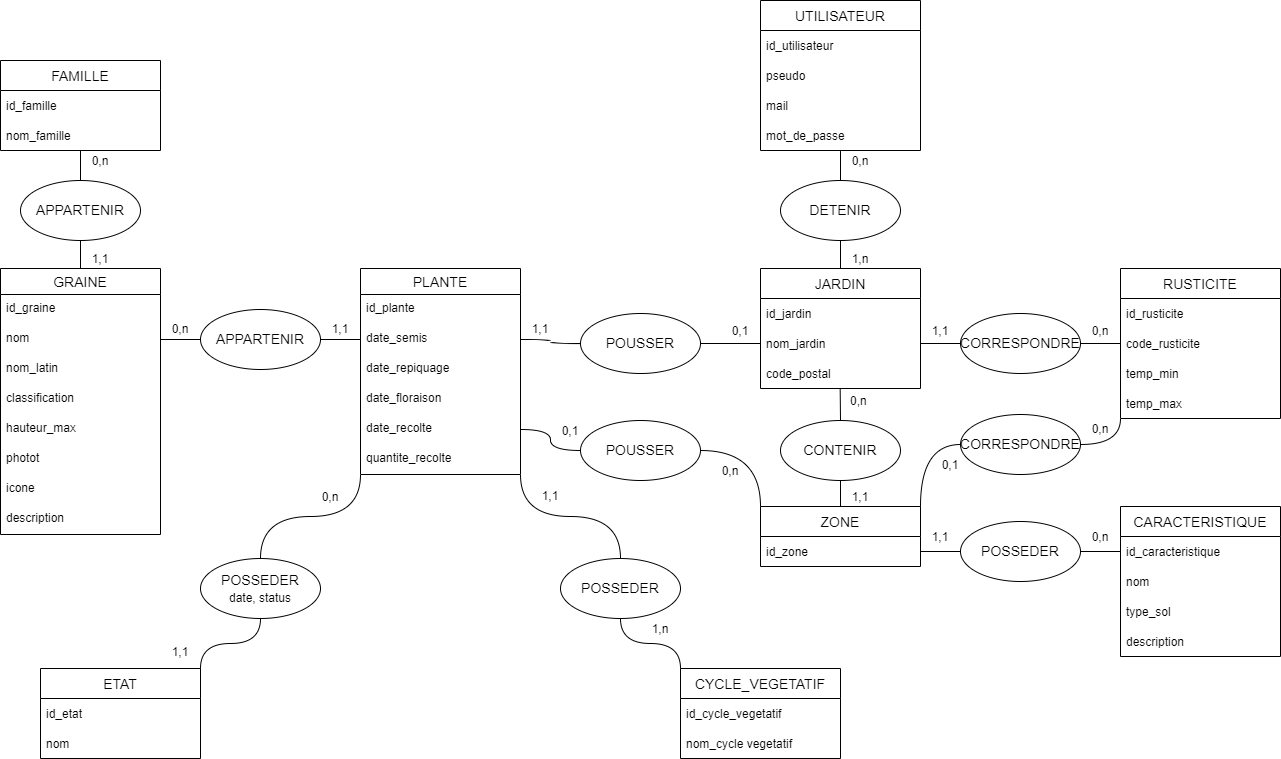
Above: MCD.drawio.png in bigbossdusql/i-garden (draw.io), before the change. Source tidied: cells renumbered, new cells last; positions are measured from the earlier drawing's top-left corner, leaving out a move shared by most shapes.
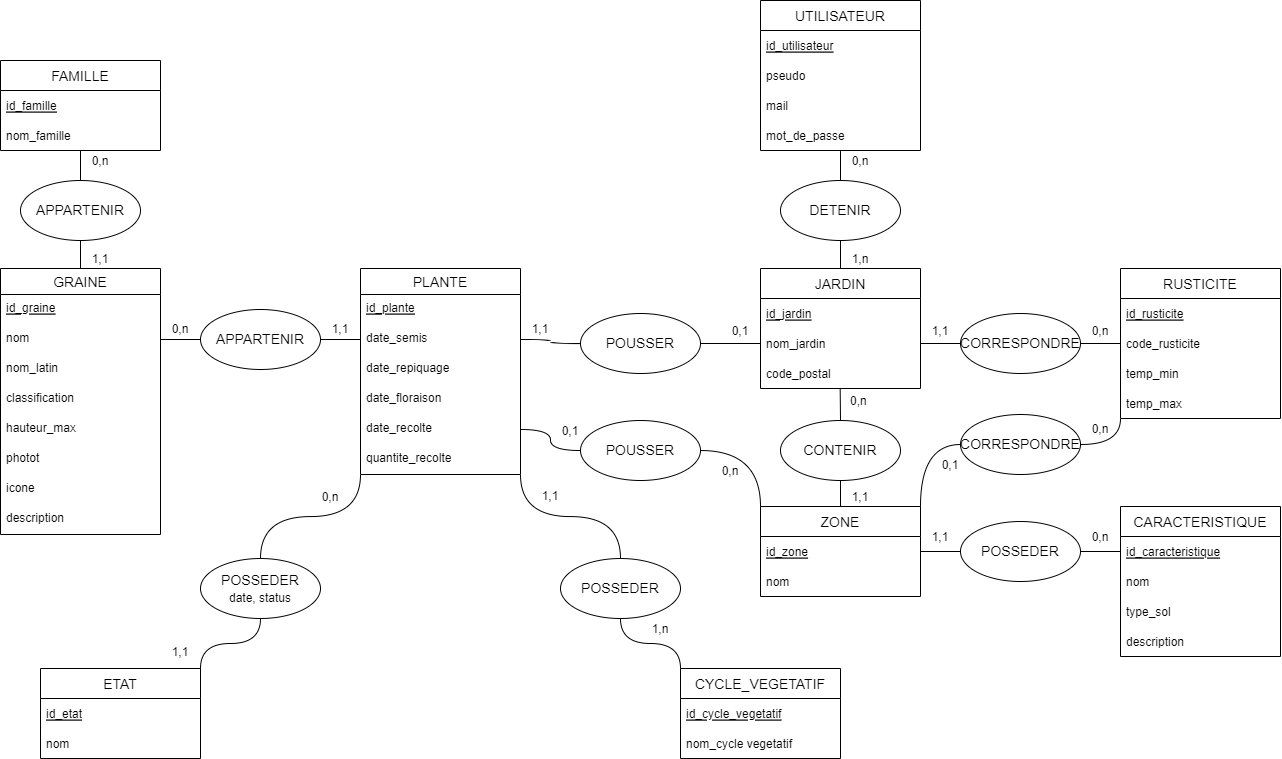
Above is the later version.

Change to the diagram source:
```diff
@@ -5,7 +5,7 @@
     <mxCell id="2" value="GRAINE" style="swimlane;fontStyle=0;horizontal=1;startSize=26;align=center;fontSize=14;fontFamily=Helvetica;" parent="1" vertex="1">
       <mxGeometry y="268" width="160" height="266" as="geometry" />
     </mxCell>
-    <mxCell id="3" value="id_graine" style="text;strokeColor=none;fillColor=none;spacingLeft=4;spacingRight=4;overflow=hidden;fontSize=12;fontFamily=Helvetica;" parent="2" vertex="1">
+    <mxCell id="3" value="id_graine" style="text;strokeColor=none;fillColor=none;spacingLeft=4;spacingRight=4;overflow=hidden;fontSize=12;fontFamily=Helvetica;fontStyle=4;" parent="2" vertex="1">
       <mxGeometry y="26" width="160" height="30" as="geometry" />
     </mxCell>
     <mxCell id="4" value="nom" style="text;strokeColor=none;fillColor=none;spacingLeft=4;spacingRight=4;overflow=hidden;points=[[0,0.5],[1,0.5]];portConstraint=eastwest;fontSize=12;fontFamily=Helvetica;" parent="2" vertex="1">
@@ -36,15 +36,18 @@
       <mxGeometry relative="1" as="geometry" />
     </mxCell>
     <mxCell id="13" value="ZONE" style="swimlane;fontStyle=0;horizontal=1;startSize=30;fontFamily=Helvetica;fontSize=14;" parent="1" vertex="1">
-      <mxGeometry x="760" y="506" width="160" height="60" as="geometry" />
+      <mxGeometry x="760" y="506" width="160" height="90" as="geometry" />
     </mxCell>
-    <mxCell id="14" value="id_zone" style="text;strokeColor=none;fillColor=none;align=left;verticalAlign=middle;spacingLeft=4;spacingRight=4;overflow=hidden;points=[[0,0.5],[1,0.5]];portConstraint=eastwest;fontFamily=Helvetica;" parent="13" vertex="1">
+    <mxCell id="14" value="id_zone" style="text;strokeColor=none;fillColor=none;align=left;verticalAlign=middle;spacingLeft=4;spacingRight=4;overflow=hidden;points=[[0,0.5],[1,0.5]];portConstraint=eastwest;fontFamily=Helvetica;fontStyle=4;" parent="13" vertex="1">
       <mxGeometry y="30" width="160" height="30" as="geometry" />
     </mxCell>
+    <mxCell id="106" value="nom" style="text;strokeColor=none;fillColor=none;align=left;verticalAlign=middle;spacingLeft=4;spacingRight=4;overflow=hidden;" parent="13" vertex="1">
+      <mxGeometry y="60" width="160" height="30" as="geometry" />
+    </mxCell>
     <mxCell id="15" value="UTILISATEUR" style="swimlane;fontStyle=0;horizontal=1;startSize=30;fontFamily=Helvetica;fontSize=14;" parent="1" vertex="1">
       <mxGeometry x="760" width="160" height="150" as="geometry" />
     </mxCell>
-    <mxCell id="16" value="id_utilisateur" style="text;strokeColor=none;fillColor=none;align=left;verticalAlign=middle;spacingLeft=4;spacingRight=4;overflow=hidden;fontFamily=Helvetica;" parent="15" vertex="1">
+    <mxCell id="16" value="id_utilisateur" style="text;strokeColor=none;fillColor=none;align=left;verticalAlign=middle;spacingLeft=4;spacingRight=4;overflow=hidden;fontFamily=Helvetica;fontStyle=4;" parent="15" vertex="1">
       <mxGeometry y="30" width="160" height="30" as="geometry" />
     </mxCell>
     <mxCell id="17" value="pseudo" style="text;strokeColor=none;fillColor=none;align=left;verticalAlign=middle;spacingLeft=4;spacingRight=4;overflow=hidden;fontFamily=Helvetica;" parent="15" vertex="1">
@@ -59,7 +62,7 @@
     <mxCell id="20" value="FAMILLE" style="swimlane;fontStyle=0;horizontal=1;startSize=30;fontFamily=Helvetica;fontSize=14;" parent="1" vertex="1">
       <mxGeometry y="60" width="160" height="90" as="geometry" />
     </mxCell>
-    <mxCell id="21" value="id_famille" style="text;strokeColor=none;fillColor=none;align=left;verticalAlign=middle;spacingLeft=4;spacingRight=4;overflow=hidden;fontFamily=Helvetica;" parent="20" vertex="1">
+    <mxCell id="21" value="id_famille" style="text;strokeColor=none;fillColor=none;align=left;verticalAlign=middle;spacingLeft=4;spacingRight=4;overflow=hidden;fontFamily=Helvetica;fontStyle=4;" parent="20" vertex="1">
       <mxGeometry y="30" width="160" height="30" as="geometry" />
     </mxCell>
     <mxCell id="22" value="nom_famille" style="text;strokeColor=none;fillColor=none;align=left;verticalAlign=middle;spacingLeft=4;spacingRight=4;overflow=hidden;fontFamily=Helvetica;" parent="20" vertex="1">
@@ -68,7 +71,7 @@
     <mxCell id="23" value="JARDIN" style="swimlane;fontStyle=0;horizontal=1;startSize=30;fontFamily=Helvetica;fontSize=14;" parent="1" vertex="1">
       <mxGeometry x="760" y="268" width="160" height="120" as="geometry" />
     </mxCell>
-    <mxCell id="24" value="id_jardin" style="text;strokeColor=none;fillColor=none;align=left;verticalAlign=middle;spacingLeft=4;spacingRight=4;overflow=hidden;fontFamily=Helvetica;" parent="23" vertex="1">
+    <mxCell id="24" value="id_jardin" style="text;strokeColor=none;fillColor=none;align=left;verticalAlign=middle;spacingLeft=4;spacingRight=4;overflow=hidden;fontFamily=Helvetica;fontStyle=4;" parent="23" vertex="1">
       <mxGeometry y="30" width="160" height="30" as="geometry" />
     </mxCell>
     <mxCell id="25" value="nom_jardin" style="text;strokeColor=none;fillColor=none;align=left;verticalAlign=middle;spacingLeft=4;spacingRight=4;overflow=hidden;points=[[0,0.5],[1,0.5]];portConstraint=eastwest;fontFamily=Helvetica;" parent="23" vertex="1">
@@ -86,7 +89,7 @@
     <mxCell id="29" value="ETAT" style="swimlane;fontStyle=0;horizontal=1;startSize=30;fontFamily=Helvetica;fontSize=14;" parent="1" vertex="1">
       <mxGeometry x="40" y="668" width="160" height="90" as="geometry" />
     </mxCell>
-    <mxCell id="30" value="id_etat" style="text;strokeColor=none;fillColor=none;align=left;verticalAlign=middle;spacingLeft=4;spacingRight=4;overflow=hidden;fontFamily=Helvetica;" parent="29" vertex="1">
+    <mxCell id="30" value="id_etat" style="text;strokeColor=none;fillColor=none;align=left;verticalAlign=middle;spacingLeft=4;spacingRight=4;overflow=hidden;fontFamily=Helvetica;fontStyle=4;" parent="29" vertex="1">
       <mxGeometry y="30" width="160" height="30" as="geometry" />
     </mxCell>
     <mxCell id="31" value="nom" style="text;strokeColor=none;fillColor=none;align=left;verticalAlign=middle;spacingLeft=4;spacingRight=4;overflow=hidden;fontFamily=Helvetica;" parent="29" vertex="1">
@@ -98,7 +101,7 @@
     <mxCell id="33" value="CYCLE_VEGETATIF" style="swimlane;fontStyle=0;horizontal=1;startSize=30;fontSize=14;" parent="1" vertex="1">
       <mxGeometry x="680" y="668" width="160" height="90" as="geometry" />
     </mxCell>
-    <mxCell id="34" value="id_cycle_vegetatif" style="text;strokeColor=none;fillColor=none;align=left;verticalAlign=middle;spacingLeft=4;spacingRight=4;overflow=hidden;" parent="33" vertex="1">
+    <mxCell id="34" value="id_cycle_vegetatif" style="text;strokeColor=none;fillColor=none;align=left;verticalAlign=middle;spacingLeft=4;spacingRight=4;overflow=hidden;fontStyle=4;" parent="33" vertex="1">
       <mxGeometry y="30" width="160" height="30" as="geometry" />
     </mxCell>
     <mxCell id="35" value="nom_cycle vegetatif" style="text;strokeColor=none;fillColor=none;align=left;verticalAlign=middle;spacingLeft=4;spacingRight=4;overflow=hidden;" parent="33" vertex="1">
@@ -113,7 +116,7 @@
     <mxCell id="38" value="PLANTE" style="swimlane;fontStyle=0;horizontal=1;startSize=26;align=center;fontSize=14;fontFamily=Helvetica;" parent="1" vertex="1">
       <mxGeometry x="360" y="268" width="160" height="206" as="geometry" />
     </mxCell>
-    <mxCell id="39" value="id_plante" style="text;strokeColor=none;fillColor=none;spacingLeft=4;spacingRight=4;overflow=hidden;fontSize=12;fontFamily=Helvetica;" parent="38" vertex="1">
+    <mxCell id="39" value="id_plante" style="text;strokeColor=none;fillColor=none;spacingLeft=4;spacingRight=4;overflow=hidden;fontSize=12;fontFamily=Helvetica;fontStyle=4;" parent="38" vertex="1">
       <mxGeometry y="26" width="160" height="30" as="geometry" />
     </mxCell>
     <mxCell id="40" value="date_semis" style="text;strokeColor=none;fillColor=none;spacingLeft=4;spacingRight=4;overflow=hidden;points=[[0,0.5],[1,0.5]];portConstraint=eastwest;fontSize=12;fontFamily=Helvetica;" parent="38" vertex="1">
@@ -137,7 +140,7 @@
     <mxCell id="46" value="RUSTICITE" style="swimlane;fontStyle=0;horizontal=1;startSize=30;fontFamily=Helvetica;fontSize=14;" parent="1" vertex="1">
       <mxGeometry x="1120" y="268" width="160" height="150" as="geometry" />
     </mxCell>
-    <mxCell id="47" value="id_rusticite" style="text;strokeColor=none;fillColor=none;align=left;verticalAlign=middle;spacingLeft=4;spacingRight=4;overflow=hidden;fontFamily=Helvetica;" parent="46" vertex="1">
+    <mxCell id="47" value="id_rusticite" style="text;strokeColor=none;fillColor=none;align=left;verticalAlign=middle;spacingLeft=4;spacingRight=4;overflow=hidden;fontFamily=Helvetica;fontStyle=4;" parent="46" vertex="1">
       <mxGeometry y="30" width="160" height="30" as="geometry" />
     </mxCell>
     <mxCell id="48" value="code_rusticite" style="text;strokeColor=none;fillColor=none;align=left;verticalAlign=middle;spacingLeft=4;spacingRight=4;overflow=hidden;points=[[0,0.5],[1,0.5]];portConstraint=eastwest;fontFamily=Helvetica;" parent="46" vertex="1">
@@ -200,7 +203,7 @@
     <mxCell id="67" value="CARACTERISTIQUE" style="swimlane;fontStyle=0;horizontal=1;startSize=30;fontFamily=Helvetica;fontSize=14;" parent="1" vertex="1">
       <mxGeometry x="1120" y="506" width="160" height="150" as="geometry" />
     </mxCell>
-    <mxCell id="68" value="id_caracteristique" style="text;strokeColor=none;fillColor=none;align=left;verticalAlign=middle;spacingLeft=4;spacingRight=4;overflow=hidden;points=[[0,0.5],[1,0.5]];portConstraint=eastwest;fontFamily=Helvetica;" parent="67" vertex="1">
+    <mxCell id="68" value="id_caracteristique" style="text;strokeColor=none;fillColor=none;align=left;verticalAlign=middle;spacingLeft=4;spacingRight=4;overflow=hidden;points=[[0,0.5],[1,0.5]];portConstraint=eastwest;fontFamily=Helvetica;fontStyle=4;" parent="67" vertex="1">
       <mxGeometry y="30" width="160" height="30" as="geometry" />
     </mxCell>
     <mxCell id="69" value="nom" style="text;strokeColor=none;fillColor=none;align=left;verticalAlign=middle;spacingLeft=4;spacingRight=4;overflow=hidden;fontFamily=Helvetica;" parent="67" vertex="1">
```
